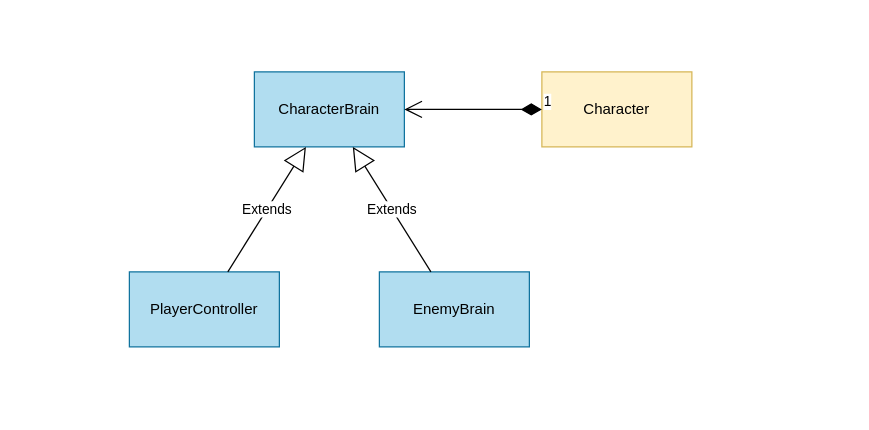
This is page "CharacterBrain" (3 of 8) of Diagram/ARPG_PrototypeClassDiagram.drawio from dopamine333/ARPG_Prototype, a draw.io file, before an edit. Source tidied: cells renumbered, new cells numbered last; positions are measured from the earlier drawing's top-left corner, leaving out a move shared by most shapes. Both pictures are drawn from the tidied source at 125%, with x=0, y=0 at pixel (129, 71).
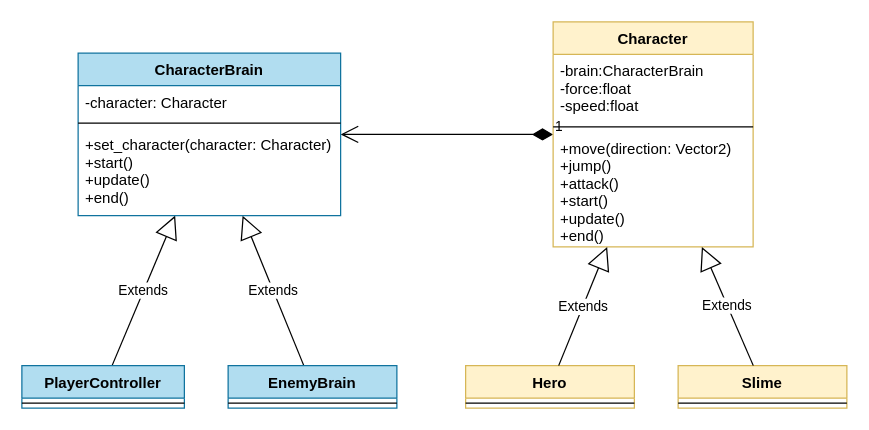
The same page after the edit.

Change to the diagram source:
```diff
@@
-    <mxCell id="2" value="&lt;span style=&quot;text-align: left&quot;&gt;Character&lt;/span&gt;" style="whiteSpace=wrap;html=1;fillColor=#fff2cc;strokeColor=#d6b656;" parent="1" vertex="1">
-      <mxGeometry x="330" width="120" height="60" as="geometry" />
-    </mxCell>
-    <mxCell id="3" value="&lt;span style=&quot;text-align: left&quot;&gt;Character&lt;/span&gt;Brain" style="whiteSpace=wrap;html=1;fillColor=#b1ddf0;strokeColor=#10739e;" parent="1" vertex="1">
-      <mxGeometry x="100" width="120" height="60" as="geometry" />
-    </mxCell>
-    <mxCell id="4" value="PlayerController" style="whiteSpace=wrap;html=1;fillColor=#b1ddf0;strokeColor=#10739e;" parent="1" vertex="1">
-      <mxGeometry y="160" width="120" height="60" as="geometry" />
-    </mxCell>
-    <mxCell id="5" value="EnemyBrain" style="whiteSpace=wrap;html=1;fillColor=#b1ddf0;strokeColor=#10739e;" parent="1" vertex="1">
-      <mxGeometry x="200" y="160" width="120" height="60" as="geometry" />
-    </mxCell>
-    <mxCell id="6" value="1" style="endArrow=open;html=1;endSize=12;startArrow=diamondThin;startSize=14;startFill=1;edgeStyle=orthogonalEdgeStyle;align=left;verticalAlign=bottom;" parent="1" edge="1" source="2" target="3">
+    <mxCell id="6" value="1" style="endArrow=open;html=1;endSize=12;startArrow=diamondThin;startSize=14;startFill=1;edgeStyle=orthogonalEdgeStyle;align=left;verticalAlign=bottom;" parent="1" edge="1" source="2" target="12">
       <mxGeometry x="-1" y="3" relative="1" as="geometry" />
     </mxCell>
-    <mxCell id="7" value="Extends" style="endArrow=block;endSize=16;endFill=0;html=1;" parent="1" edge="1" source="4" target="3">
+    <mxCell id="7" value="Extends" style="endArrow=block;endSize=16;endFill=0;html=1;" parent="1" edge="1" source="4" target="12">
       <mxGeometry relative="1" as="geometry" />
     </mxCell>
-    <mxCell id="8" value="Extends" style="endArrow=block;endSize=16;endFill=0;html=1;" parent="1" edge="1" source="5" target="3">
+    <mxCell id="8" value="Extends" style="endArrow=block;endSize=16;endFill=0;html=1;" parent="1" edge="1" source="5" target="12">
       <mxGeometry relative="1" as="geometry" />
     </mxCell>
+    <mxCell id="2" value="Character" style="swimlane;fontStyle=1;align=center;verticalAlign=top;horizontal=1;startSize=26;fillColor=#fff2cc;strokeColor=#d6b656;" parent="1" vertex="1">
+      <mxGeometry x="339" y="-40" width="160" height="180" as="geometry" />
+    </mxCell>
+    <mxCell id="9" value="-brain:CharacterBrain&#10;-force:float&#10;-speed:float" style="text;strokeColor=none;fillColor=none;align=left;verticalAlign=top;spacingLeft=4;spacingRight=4;overflow=hidden;" parent="2" vertex="1">
+      <mxGeometry y="26" width="160" height="54" as="geometry" />
+    </mxCell>
+    <mxCell id="10" style="line;strokeWidth=1;fillColor=none;align=left;verticalAlign=middle;spacingTop=-1;spacingLeft=3;spacingRight=3;labelPosition=right;" parent="2" vertex="1">
+      <mxGeometry y="80" width="160" height="8" as="geometry" />
+    </mxCell>
+    <mxCell id="11" value="+move(direction: Vector2)&#10;+jump()&#10;+attack()&#10;+start()&#10;+update()&#10;+end()" style="text;strokeColor=none;fillColor=none;align=left;verticalAlign=top;spacingLeft=4;spacingRight=4;overflow=hidden;" parent="2" vertex="1">
+      <mxGeometry y="88" width="160" height="92" as="geometry" />
+    </mxCell>
+    <mxCell id="12" value="CharacterBrain" style="swimlane;fontStyle=1;align=center;verticalAlign=top;horizontal=1;startSize=26;fillColor=#b1ddf0;strokeColor=#10739e;" parent="1" vertex="1">
+      <mxGeometry x="-41" y="-15" width="210" height="130" as="geometry" />
+    </mxCell>
+    <mxCell id="13" value="-character: Character" style="text;strokeColor=none;fillColor=none;align=left;verticalAlign=top;spacingLeft=4;spacingRight=4;overflow=hidden;" parent="12" vertex="1">
+      <mxGeometry y="26" width="210" height="26" as="geometry" />
+    </mxCell>
+    <mxCell id="14" style="line;strokeWidth=1;fillColor=none;align=left;verticalAlign=middle;spacingTop=-1;spacingLeft=3;spacingRight=3;labelPosition=right;" parent="12" vertex="1">
+      <mxGeometry y="52" width="210" height="8" as="geometry" />
+    </mxCell>
+    <mxCell id="15" value="+set_character(character: Character)&#10;+start()&#10;+update()&#10;+end()" style="text;strokeColor=none;fillColor=none;align=left;verticalAlign=top;spacingLeft=4;spacingRight=4;overflow=hidden;" parent="12" vertex="1">
+      <mxGeometry y="60" width="210" height="70" as="geometry" />
+    </mxCell>
+    <mxCell id="4" value="PlayerController" style="swimlane;fontStyle=1;align=center;verticalAlign=top;horizontal=1;startSize=26;fillColor=#b1ddf0;strokeColor=#10739e;" parent="1" vertex="1">
+      <mxGeometry x="-86" y="235" width="130" height="34" as="geometry" />
+    </mxCell>
+    <mxCell id="16" style="line;strokeWidth=1;fillColor=none;align=left;verticalAlign=middle;spacingTop=-1;spacingLeft=3;spacingRight=3;labelPosition=right;" parent="4" vertex="1">
+      <mxGeometry y="26" width="130" height="8" as="geometry" />
+    </mxCell>
+    <mxCell id="5" value="EnemyBrain" style="swimlane;fontStyle=1;align=center;verticalAlign=top;horizontal=1;startSize=26;fillColor=#b1ddf0;strokeColor=#10739e;" parent="1" vertex="1">
+      <mxGeometry x="79" y="235" width="135" height="34" as="geometry" />
+    </mxCell>
+    <mxCell id="17" style="line;strokeWidth=1;fillColor=none;align=left;verticalAlign=middle;spacingTop=-1;spacingLeft=3;spacingRight=3;labelPosition=right;" parent="5" vertex="1">
+      <mxGeometry y="26" width="135" height="8" as="geometry" />
+    </mxCell>
+    <mxCell id="18" value="Hero" style="swimlane;fontStyle=1;align=center;verticalAlign=top;horizontal=1;startSize=26;fillColor=#fff2cc;strokeColor=#d6b656;" parent="1" vertex="1">
+      <mxGeometry x="269" y="235" width="135" height="34" as="geometry" />
+    </mxCell>
+    <mxCell id="19" style="line;strokeWidth=1;fillColor=none;align=left;verticalAlign=middle;spacingTop=-1;spacingLeft=3;spacingRight=3;labelPosition=right;" parent="18" vertex="1">
+      <mxGeometry y="26" width="135" height="8" as="geometry" />
+    </mxCell>
+    <mxCell id="20" value="Extends" style="endArrow=block;endSize=16;endFill=0;html=1;" parent="1" edge="1" source="18" target="2">
+      <mxGeometry relative="1" as="geometry" />
+    </mxCell>
+    <mxCell id="21" value="Slime" style="swimlane;fontStyle=1;align=center;verticalAlign=top;horizontal=1;startSize=26;fillColor=#fff2cc;strokeColor=#d6b656;" parent="1" vertex="1">
+      <mxGeometry x="439" y="235" width="135" height="34" as="geometry" />
+    </mxCell>
+    <mxCell id="22" style="line;strokeWidth=1;fillColor=none;align=left;verticalAlign=middle;spacingTop=-1;spacingLeft=3;spacingRight=3;labelPosition=right;" parent="21" vertex="1">
+      <mxGeometry y="26" width="135" height="8" as="geometry" />
+    </mxCell>
+    <mxCell id="23" value="Extends" style="endArrow=block;endSize=16;endFill=0;html=1;" parent="1" edge="1" source="21" target="2">
+      <mxGeometry relative="1" as="geometry" />
+    </mxCell>
```
